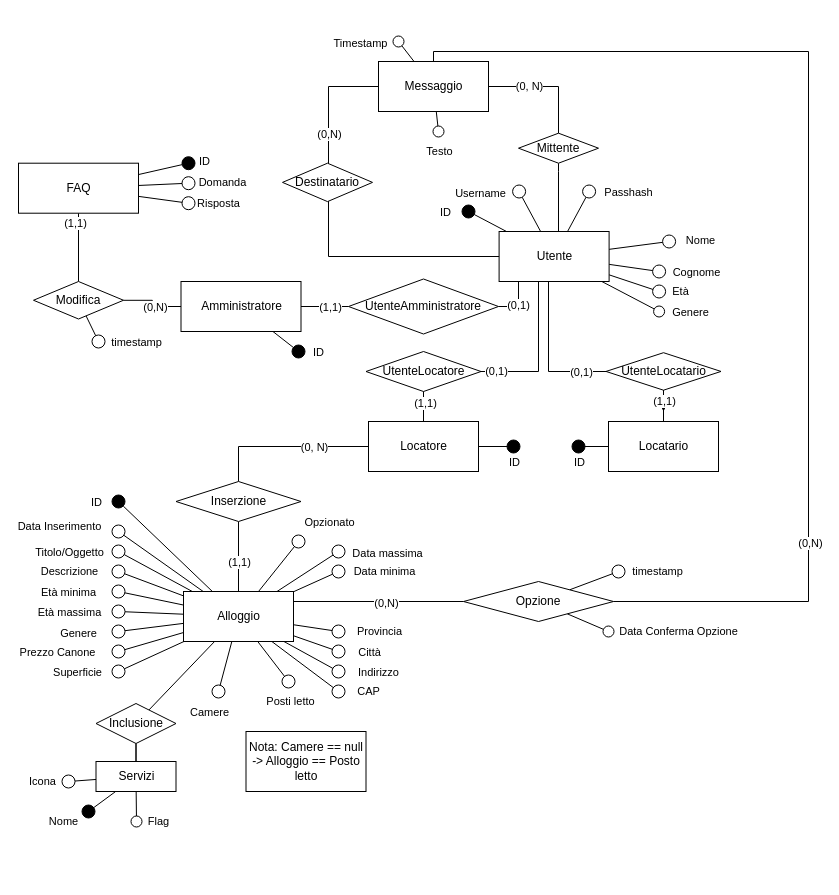
Earlier version of the draw.io diagram page "IDEA 10" (2 of 6) of diagrams/database.drawio (begbaj/tecweb). Source tidied: cells renumbered, new cells numbered last; positions are measured from the earlier drawing's top-left corner, leaving out a move shared by most shapes. Both pictures are drawn from the tidied source at 100%, with x=0, y=0 at pixel (18, 41).
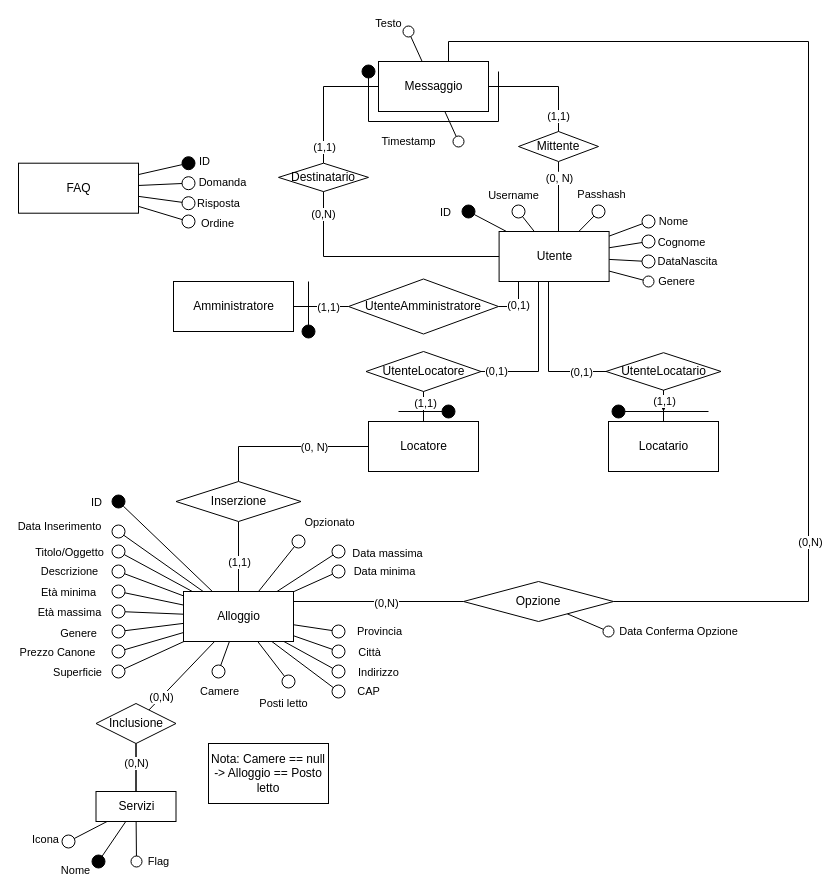
Above is the later version.

The change refers to these unchanged cells:
```xml
<mxCell id="17" value="Locatario" style="html=1;" parent="1" vertex="1">
  <mxGeometry x="590" y="380" width="110" height="50" as="geometry" />
</mxCell>
<mxCell id="32" value="Utente" style="html=1;" parent="1" vertex="1">
  <mxGeometry x="480.6" y="190" width="110" height="50" as="geometry" />
</mxCell>
<mxCell id="71" value="Alloggio" style="html=1;" parent="1" vertex="1">
  <mxGeometry x="165" y="550" width="110" height="50" as="geometry" />
</mxCell>
<mxCell id="72" style="edgeStyle=none;rounded=0;jettySize=auto;html=1;endArrow=oval;endFill=0;endSize=13;" parent="1" edge="1" source="71">
  <mxGeometry relative="1" as="geometry">
    <mxPoint x="270" y="640" as="targetPoint" />
  </mxGeometry>
</mxCell>
<mxCell id="88" value="Opzione" style="rhombus;whiteSpace=wrap;html=1;" parent="1" vertex="1">
  <mxGeometry x="445" y="540" width="150" height="40" as="geometry" />
</mxCell>
<mxCell id="98" style="edgeStyle=none;rounded=0;jettySize=auto;html=1;endArrow=none;endFill=0;endSize=13;" parent="1" edge="1" source="99" target="97">
  <mxGeometry relative="1" as="geometry" />
</mxCell>
<mxCell id="100" style="edgeStyle=none;rounded=0;jettySize=auto;html=1;endArrow=none;endFill=0;endSize=13;" parent="1" edge="1" source="71" target="99">
  <mxGeometry relative="1" as="geometry" />
</mxCell>
<mxCell id="116" value="FAQ" style="html=1;" parent="1" vertex="1">
  <mxGeometry y="121.7" width="120" height="50" as="geometry" />
</mxCell>
<mxCell id="126" value="Messaggio" style="html=1;" parent="1" vertex="1">
  <mxGeometry x="360" y="20" width="110" height="50" as="geometry" />
</mxCell>
<mxCell id="128" style="edgeStyle=orthogonalEdgeStyle;rounded=0;jettySize=auto;html=1;endArrow=none;endFill=0;" parent="1" edge="1" source="126" target="127">
  <mxGeometry relative="1" as="geometry" />
</mxCell>
```

What changed in the source:
```diff
@@
     <mxCell id="2" style="edgeStyle=orthogonalEdgeStyle;rounded=0;jettySize=auto;html=1;endArrow=none;endFill=0;startArrow=none;" parent="1" edge="1" source="130" target="126">
       <mxGeometry relative="1" as="geometry">
         <Array as="points">
-          <mxPoint x="310" y="45" />
+          <mxPoint x="305" y="45" />
         </Array>
       </mxGeometry>
     </mxCell>
-    <mxCell id="3" value="(0,N)" style="edgeLabel;html=1;align=center;verticalAlign=middle;" parent="2" vertex="1">
-      <mxGeometry x="0.15" y="-1" relative="1" as="geometry">
-        <mxPoint x="-1" y="43" as="offset" />
-      </mxGeometry>
-    </mxCell>
+    <mxCell id="132" value="(1,1)" style="edgeLabel;html=1;align=center;verticalAlign=middle;" parent="2" vertex="1">
+      <mxGeometry x="0.02" relative="1" as="geometry">
+        <mxPoint y="51" as="offset" />
+      </mxGeometry>
+    </mxCell>
@@
     <mxCell id="8" style="rounded=0;orthogonalLoop=1;jettySize=auto;html=1;endArrow=oval;endFill=1;endSize=13;" parent="1" edge="1">
       <mxGeometry relative="1" as="geometry">
-        <mxPoint x="455" y="405" as="sourcePoint" />
-        <mxPoint x="495" y="405" as="targetPoint" />
+        <mxPoint x="380" y="370" as="sourcePoint" />
+        <mxPoint x="430" y="370" as="targetPoint" />
       </mxGeometry>
     </mxCell>
-    <mxCell id="9" value="ID" style="edgeLabel;html=1;align=center;verticalAlign=middle;" parent="8" vertex="1">
-      <mxGeometry x="1" y="-7" relative="1" as="geometry">
-        <mxPoint y="8" as="offset" />
-      </mxGeometry>
-    </mxCell>
@@
-    <mxCell id="15" style="edgeStyle=none;rounded=0;jettySize=auto;html=1;endArrow=oval;endFill=1;endSize=13;" parent="1" edge="1" source="17">
+    <mxCell id="15" style="edgeStyle=none;rounded=0;orthogonalLoop=1;jettySize=auto;html=1;endArrow=oval;endFill=1;endSize=13;" parent="1" edge="1">
       <mxGeometry relative="1" as="geometry">
-        <mxPoint x="560" y="405" as="targetPoint" />
+        <mxPoint x="690" y="370" as="sourcePoint" />
+        <mxPoint x="600" y="370" as="targetPoint" />
       </mxGeometry>
     </mxCell>
-    <mxCell id="16" value="ID" style="edgeLabel;html=1;align=center;verticalAlign=middle;" parent="15" vertex="1">
-      <mxGeometry x="0.97" y="6" relative="1" as="geometry">
-        <mxPoint y="9" as="offset" />
-      </mxGeometry>
-    </mxCell>
@@
     <mxCell id="18" style="rounded=0;jettySize=auto;html=1;endArrow=oval;endFill=0;endSize=13;" parent="1" edge="1" source="32">
       <mxGeometry relative="1" as="geometry">
-        <mxPoint x="500.6" y="150" as="targetPoint" />
+        <mxPoint x="500" y="170" as="targetPoint" />
       </mxGeometry>
     </mxCell>
     <mxCell id="19" value="Username" style="edgeLabel;html=1;align=center;verticalAlign=middle;" parent="18" vertex="1">
       <mxGeometry x="1" y="-6" relative="1" as="geometry">
-        <mxPoint x="-45" y="4" as="offset" />
+        <mxPoint x="-10" y="-12" as="offset" />
       </mxGeometry>
     </mxCell>
     <mxCell id="20" style="edgeStyle=none;rounded=0;jettySize=auto;html=1;endArrow=oval;endFill=0;endSize=13;" parent="1" edge="1" source="32">
       <mxGeometry relative="1" as="geometry">
-        <mxPoint x="570.6" y="150" as="targetPoint" />
+        <mxPoint x="580" y="170" as="targetPoint" />
       </mxGeometry>
     </mxCell>
     <mxCell id="21" value="Passhash" style="edgeLabel;html=1;align=center;verticalAlign=middle;" parent="20" vertex="1">
       <mxGeometry x="1" y="5" relative="1" as="geometry">
-        <mxPoint x="44" y="2" as="offset" />
+        <mxPoint x="6" y="-14" as="offset" />
       </mxGeometry>
     </mxCell>
     <mxCell id="22" style="edgeStyle=none;rounded=0;jettySize=auto;html=1;endArrow=oval;endFill=0;endSize=13;" parent="1" edge="1" source="32">
       <mxGeometry relative="1" as="geometry">
-        <mxPoint x="650.6" y="200" as="targetPoint" />
+        <mxPoint x="630" y="180" as="targetPoint" />
       </mxGeometry>
     </mxCell>
     <mxCell id="23" value="Nome" style="edgeLabel;html=1;align=center;verticalAlign=middle;" parent="22" vertex="1">
       <mxGeometry x="1" y="5" relative="1" as="geometry">
-        <mxPoint x="31" y="4" as="offset" />
+        <mxPoint x="26" y="4" as="offset" />
       </mxGeometry>
     </mxCell>
     <mxCell id="24" style="edgeStyle=none;rounded=0;jettySize=auto;html=1;endArrow=oval;endFill=0;endSize=13;" parent="1" edge="1" source="32">
       <mxGeometry relative="1" as="geometry">
-        <mxPoint x="640.6" y="230" as="targetPoint" />
+        <mxPoint x="630" y="200" as="targetPoint" />
       </mxGeometry>
     </mxCell>
     <mxCell id="25" value="Cognome" style="edgeLabel;html=1;align=center;verticalAlign=middle;" parent="24" vertex="1">
       <mxGeometry x="1" y="8" relative="1" as="geometry">
-        <mxPoint x="35" y="8" as="offset" />
+        <mxPoint x="34" y="8" as="offset" />
       </mxGeometry>
     </mxCell>
     <mxCell id="26" style="edgeStyle=none;rounded=0;jettySize=auto;html=1;endArrow=oval;endFill=0;endSize=13;" parent="1" edge="1" source="32">
       <mxGeometry relative="1" as="geometry">
-        <mxPoint x="640.6" y="250" as="targetPoint" />
+        <mxPoint x="630" y="220" as="targetPoint" />
       </mxGeometry>
     </mxCell>
-    <mxCell id="27" value="Età" style="edgeLabel;html=1;align=center;verticalAlign=middle;" parent="26" vertex="1">
+    <mxCell id="27" value="DataNascita" style="edgeLabel;html=1;align=center;verticalAlign=middle;" parent="26" vertex="1">
       <mxGeometry x="1" y="-5" relative="1" as="geometry">
-        <mxPoint x="22" y="-5" as="offset" />
+        <mxPoint x="39" y="-5" as="offset" />
       </mxGeometry>
     </mxCell>
     <mxCell id="28" style="edgeStyle=none;rounded=0;jettySize=auto;html=1;endArrow=oval;endFill=0;endSize=11;" parent="1" edge="1" source="32">
       <mxGeometry relative="1" as="geometry">
-        <mxPoint x="640.6" y="270" as="targetPoint" />
+        <mxPoint x="630" y="240" as="targetPoint" />
       </mxGeometry>
     </mxCell>
     <mxCell id="29" value="Genere" style="edgeLabel;html=1;align=center;verticalAlign=middle;" parent="28" vertex="1">
       <mxGeometry x="1" y="-7" relative="1" as="geometry">
-        <mxPoint x="34" y="-6" as="offset" />
+        <mxPoint x="29" y="-7" as="offset" />
       </mxGeometry>
     </mxCell>
@@
-    <mxCell id="35" style="rounded=0;jettySize=auto;html=1;endArrow=oval;endFill=1;endSize=13;" parent="1" edge="1" source="37">
+    <mxCell id="35" style="rounded=0;orthogonalLoop=1;jettySize=auto;html=1;endArrow=oval;endFill=1;endSize=13;" parent="1" edge="1">
       <mxGeometry relative="1" as="geometry">
-        <mxPoint x="280" y="310" as="targetPoint" />
+        <mxPoint x="290" y="240" as="sourcePoint" />
+        <mxPoint x="290" y="290" as="targetPoint" />
       </mxGeometry>
     </mxCell>
-    <mxCell id="36" value="ID" style="edgeLabel;html=1;align=center;verticalAlign=middle;" parent="35" vertex="1">
-      <mxGeometry x="1" y="6" relative="1" as="geometry">
-        <mxPoint x="16" y="6" as="offset" />
-      </mxGeometry>
-    </mxCell>
     <mxCell id="37" value="Amministratore" style="html=1;" parent="1" vertex="1">
-      <mxGeometry x="162.5" y="240" width="120" height="50" as="geometry" />
+      <mxGeometry x="155" y="240" width="120" height="50" as="geometry" />
     </mxCell>
@@
     <mxCell id="73" value="Posti letto" style="edgeLabel;html=1;align=center;verticalAlign=middle;" parent="72" vertex="1">
       <mxGeometry x="1" y="-7" relative="1" as="geometry">
-        <mxPoint x="7" y="16" as="offset" />
+        <mxPoint y="18" as="offset" />
       </mxGeometry>
     </mxCell>
     <mxCell id="74" style="edgeStyle=none;rounded=0;jettySize=auto;html=1;endArrow=oval;endFill=0;endSize=13;" parent="1" edge="1" source="71">
       <mxGeometry relative="1" as="geometry">
-        <mxPoint x="200" y="650" as="targetPoint" />
+        <mxPoint x="200" y="630" as="targetPoint" />
       </mxGeometry>
     </mxCell>
     <mxCell id="75" value="Camere" style="edgeLabel;html=1;align=center;verticalAlign=middle;" parent="74" vertex="1">
       <mxGeometry x="1" y="-7" relative="1" as="geometry">
-        <mxPoint x="-3" y="22" as="offset" />
+        <mxPoint x="7" y="22" as="offset" />
       </mxGeometry>
     </mxCell>
@@
     <mxCell id="77" style="edgeStyle=none;rounded=0;jettySize=auto;html=1;endArrow=oval;endFill=0;endSize=11;" parent="1" edge="1" source="126">
       <mxGeometry relative="1" as="geometry">
-        <mxPoint x="420" y="90" as="targetPoint" />
+        <mxPoint x="390" y="-10" as="targetPoint" />
       </mxGeometry>
     </mxCell>
     <mxCell id="78" value="Testo" style="edgeLabel;html=1;align=center;verticalAlign=middle;" parent="77" vertex="1">
       <mxGeometry x="1" y="-6" relative="1" as="geometry">
-        <mxPoint x="6" y="19" as="offset" />
+        <mxPoint x="-26" y="-6" as="offset" />
       </mxGeometry>
     </mxCell>
     <mxCell id="79" style="edgeStyle=none;rounded=0;jettySize=auto;html=1;endArrow=oval;endFill=0;endSize=11;" parent="1" edge="1" source="126">
       <mxGeometry relative="1" as="geometry">
-        <mxPoint x="380" as="targetPoint" />
+        <mxPoint x="440" y="100" as="targetPoint" />
       </mxGeometry>
     </mxCell>
     <mxCell id="80" value="Timestamp" style="edgeLabel;html=1;align=center;verticalAlign=middle;" parent="79" vertex="1">
       <mxGeometry x="1" y="-6" relative="1" as="geometry">
-        <mxPoint x="-43" y="5" as="offset" />
+        <mxPoint x="-45" y="-3" as="offset" />
       </mxGeometry>
     </mxCell>
@@
-    <mxCell id="86" style="edgeStyle=none;rounded=0;jettySize=auto;html=1;endArrow=oval;endFill=0;endSize=13;" parent="1" edge="1" source="88">
-      <mxGeometry relative="1" as="geometry">
-        <mxPoint x="600" y="530" as="targetPoint" />
-      </mxGeometry>
-    </mxCell>
-    <mxCell id="87" value="timestamp" style="edgeLabel;html=1;align=center;verticalAlign=middle;" parent="86" vertex="1">
-      <mxGeometry x="1" y="-7" relative="1" as="geometry">
-        <mxPoint x="36" y="-7" as="offset" />
-      </mxGeometry>
-    </mxCell>
@@
     <mxCell id="89" style="edgeStyle=orthogonalEdgeStyle;rounded=0;jettySize=auto;html=1;endArrow=none;endFill=0;" parent="1" edge="1" source="126" target="88">
       <mxGeometry relative="1" as="geometry">
         <Array as="points">
-          <mxPoint x="415" y="10" />
-          <mxPoint x="790" y="10" />
+          <mxPoint x="430" />
+          <mxPoint x="790" />
           <mxPoint x="790" y="560" />
         </Array>
       </mxGeometry>
     </mxCell>
@@
     <mxCell id="91" style="edgeStyle=none;rounded=0;jettySize=auto;html=1;endArrow=oval;endFill=0;endSize=11;" parent="1" edge="1" source="97">
       <mxGeometry relative="1" as="geometry">
-        <mxPoint x="118" y="780" as="targetPoint" />
+        <mxPoint x="118" y="820" as="targetPoint" />
       </mxGeometry>
     </mxCell>
@@
     <mxCell id="93" style="edgeStyle=none;rounded=0;jumpSize=6;jettySize=auto;html=1;endArrow=oval;endFill=1;endSize=13;" parent="1" edge="1" source="97">
       <mxGeometry relative="1" as="geometry">
-        <mxPoint x="70" y="770" as="targetPoint" />
+        <mxPoint x="80" y="820" as="targetPoint" />
       </mxGeometry>
     </mxCell>
@@
     <mxCell id="95" style="edgeStyle=none;rounded=0;jumpSize=6;jettySize=auto;html=1;endArrow=oval;endFill=0;endSize=13;" parent="1" edge="1" source="97">
       <mxGeometry relative="1" as="geometry">
-        <mxPoint x="50" y="740" as="targetPoint" />
+        <mxPoint x="50" y="800" as="targetPoint" />
       </mxGeometry>
     </mxCell>
@@
     <mxCell id="97" value="Servizi" style="html=1;" parent="1" vertex="1">
-      <mxGeometry x="77.5" y="720" width="80" height="30" as="geometry" />
+      <mxGeometry x="77.5" y="750" width="80" height="30" as="geometry" />
     </mxCell>
@@
+    <mxCell id="133" value="(0,N)" style="edgeLabel;html=1;align=center;verticalAlign=middle;" parent="98" vertex="1">
+      <mxGeometry x="-0.22" relative="1" as="geometry" />
+    </mxCell>
@@
+    <mxCell id="134" value="(0,N)" style="edgeLabel;html=1;align=center;verticalAlign=middle;" parent="100" vertex="1">
+      <mxGeometry x="0.62" relative="1" as="geometry" />
+    </mxCell>
@@
-    <mxCell id="110" style="edgeStyle=orthogonalEdgeStyle;rounded=0;jettySize=auto;html=1;endArrow=none;endFill=0;" parent="1" edge="1" source="116" target="124">
-      <mxGeometry relative="1" as="geometry" />
-    </mxCell>
-    <mxCell id="111" value="(1,1)" style="edgeLabel;html=1;align=center;verticalAlign=middle;" parent="110" vertex="1">
-      <mxGeometry x="-0.34" y="-2" relative="1" as="geometry">
-        <mxPoint x="-2" y="-13" as="offset" />
-      </mxGeometry>
-    </mxCell>
@@
-    <mxCell id="120" style="edgeStyle=orthogonalEdgeStyle;rounded=0;jettySize=auto;html=1;endArrow=none;endFill=0;" parent="1" edge="1" source="124" target="37">
-      <mxGeometry relative="1" as="geometry" />
-    </mxCell>
-    <mxCell id="121" value="(0,N)" style="edgeLabel;html=1;align=center;verticalAlign=middle;" parent="120" vertex="1">
-      <mxGeometry x="0.2" relative="1" as="geometry" />
-    </mxCell>
-    <mxCell id="122" style="rounded=0;jettySize=auto;html=1;endArrow=oval;endFill=0;endSize=13;" parent="1" edge="1" source="124">
-      <mxGeometry relative="1" as="geometry">
-        <mxPoint x="80" y="300" as="targetPoint" />
-      </mxGeometry>
-    </mxCell>
-    <mxCell id="123" value="timestamp" style="edgeLabel;html=1;align=center;verticalAlign=middle;" parent="122" vertex="1">
-      <mxGeometry x="0.34" y="1" relative="1" as="geometry">
-        <mxPoint x="41" y="9" as="offset" />
-      </mxGeometry>
-    </mxCell>
-    <mxCell id="124" value="Modifica" style="rhombus;whiteSpace=wrap;html=1;" parent="1" vertex="1">
-      <mxGeometry x="15" y="240" width="90" height="37.5" as="geometry" />
-    </mxCell>
     <mxCell id="125" value="Nota: Camere == null -&amp;gt; Alloggio == Posto letto&lt;br&gt;" style="rounded=0;whiteSpace=wrap;html=1;" parent="1" vertex="1">
-      <mxGeometry x="227.5" y="690" width="120" height="60" as="geometry" />
+      <mxGeometry x="190" y="702" width="120" height="60" as="geometry" />
     </mxCell>
@@
     <mxCell id="127" value="Mittente" style="rhombus;whiteSpace=wrap;html=1;" parent="1" vertex="1">
-      <mxGeometry x="500" y="91.7" width="80" height="30" as="geometry" />
+      <mxGeometry x="500" y="90" width="80" height="30" as="geometry" />
     </mxCell>
@@
     <mxCell id="129" value="(0, N)" style="edgeLabel;html=1;align=center;verticalAlign=middle;" parent="128" vertex="1">
       <mxGeometry x="-0.31" relative="1" as="geometry">
-        <mxPoint y="-1" as="offset" />
+        <mxPoint x="30" y="91" as="offset" />
       </mxGeometry>
     </mxCell>
+    <mxCell id="135" value="(1,1)" style="edgeLabel;html=1;align=center;verticalAlign=middle;" parent="128" vertex="1">
+      <mxGeometry x="-0.62" y="-4" relative="1" as="geometry">
+        <mxPoint x="47" y="25" as="offset" />
+      </mxGeometry>
+    </mxCell>
     <mxCell id="130" value="Destinatario" style="rhombus;whiteSpace=wrap;html=1;" parent="1" vertex="1">
-      <mxGeometry x="264" y="121.7" width="90" height="38.4" as="geometry" />
+      <mxGeometry x="260" y="121.7" width="90" height="28.4" as="geometry" />
     </mxCell>
     <mxCell id="131" style="edgeStyle=orthogonalEdgeStyle;rounded=0;jettySize=auto;html=1;endArrow=none;endFill=0;" parent="1" edge="1" source="32" target="130">
       <mxGeometry relative="1" as="geometry">
         <Array as="points">
-          <mxPoint x="310" y="215" />
+          <mxPoint x="305" y="215" />
         </Array>
       </mxGeometry>
     </mxCell>
+    <mxCell id="136" value="(0,N)" style="edgeLabel;html=1;align=center;verticalAlign=middle;" parent="131" vertex="1">
+      <mxGeometry x="0.41" relative="1" as="geometry">
+        <mxPoint x="-6" y="-43" as="offset" />
+      </mxGeometry>
+    </mxCell>
+    <mxCell id="137" style="edgeStyle=none;rounded=0;jumpSize=6;orthogonalLoop=1;jettySize=auto;html=1;endArrow=oval;endFill=1;endSize=13;" parent="1" edge="1">
+      <mxGeometry relative="1" as="geometry">
+        <mxPoint x="480" y="30" as="sourcePoint" />
+        <mxPoint x="350" y="30" as="targetPoint" />
+        <Array as="points">
+          <mxPoint x="480" y="80" />
+          <mxPoint x="350" y="80" />
+        </Array>
+      </mxGeometry>
+    </mxCell>
+    <mxCell id="138" style="edgeStyle=none;rounded=0;jettySize=auto;html=1;endArrow=oval;endFill=0;endSize=13;" parent="1" edge="1" source="116">
+      <mxGeometry relative="1" as="geometry">
+        <mxPoint x="170" y="180" as="targetPoint" />
+      </mxGeometry>
+    </mxCell>
+    <mxCell id="139" value="Ordine" style="edgeLabel;html=1;align=center;verticalAlign=middle;" parent="138" vertex="1">
+      <mxGeometry x="0.51" y="-1" relative="1" as="geometry">
+        <mxPoint x="41" y="4" as="offset" />
+      </mxGeometry>
+    </mxCell>
```
